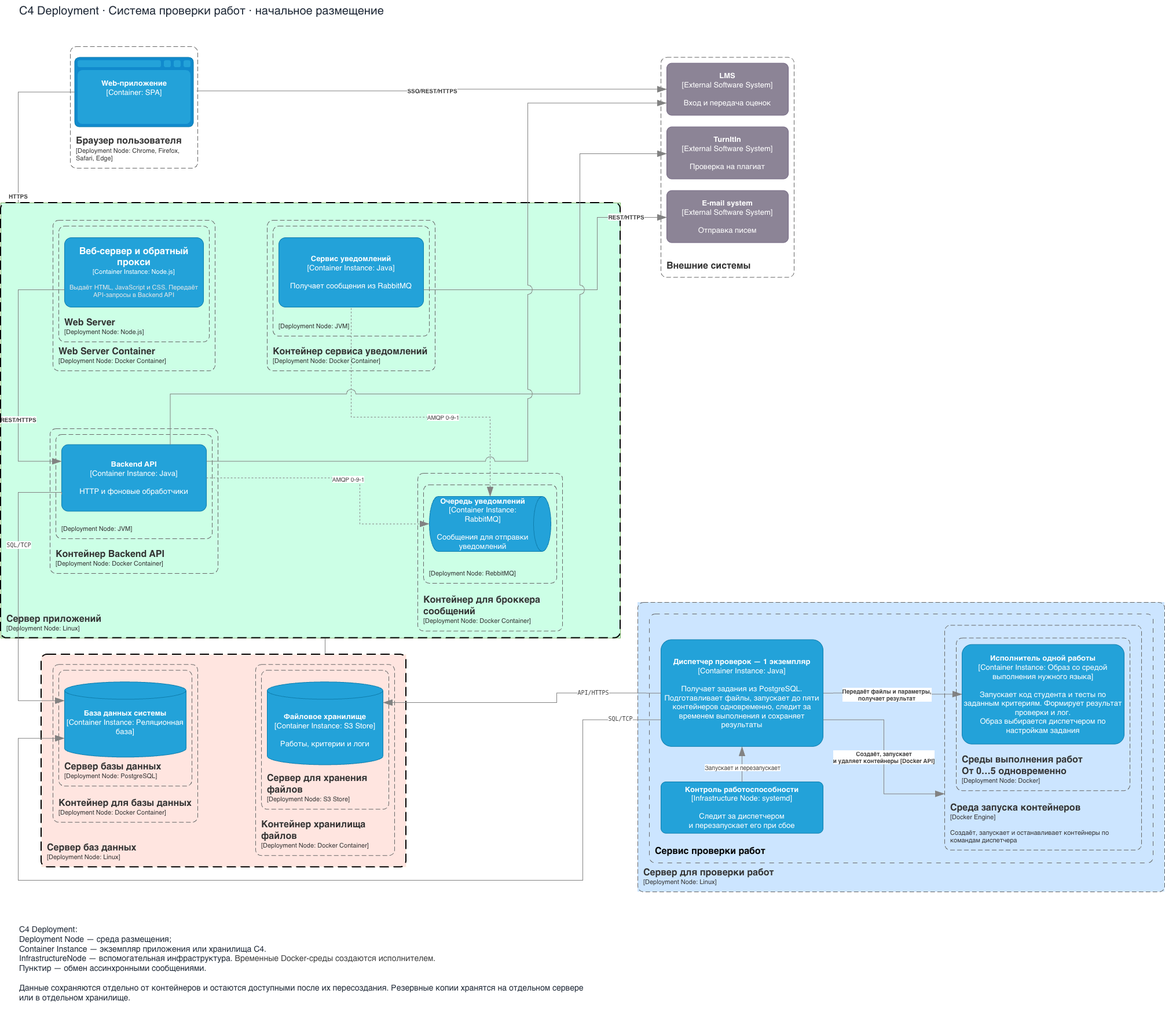
Earlier version of the draw.io export HW4/deployment.png (uHiderovich/otus-arch-po). Source tidied: cells renumbered, new cells last; positions are measured from the earlier drawing's top-left corner, leaving out a move shared by most shapes.
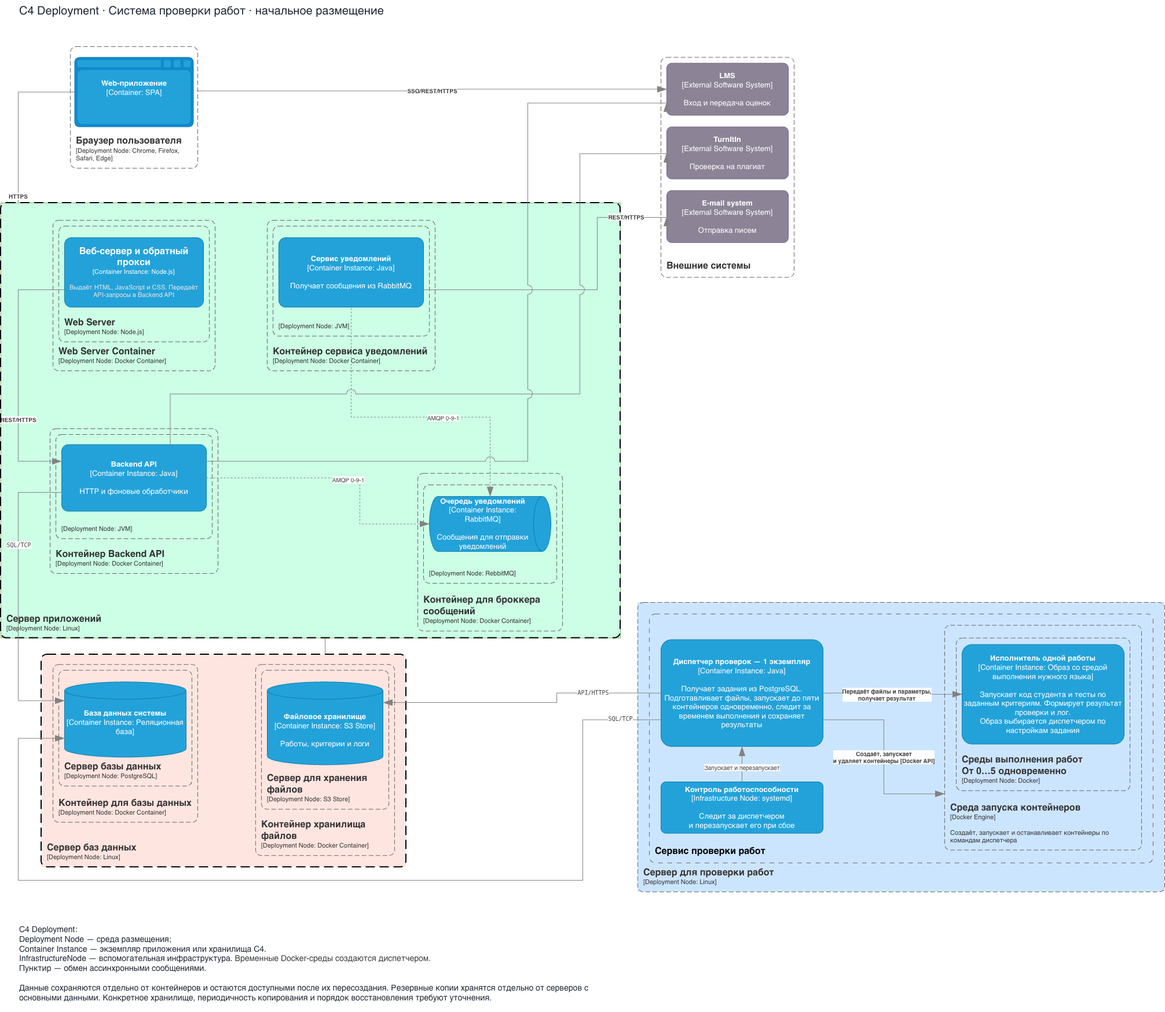
Later version of the same file.

What changed in the source:
```diff
@@ -2,7 +2,7 @@
   <root>
     <mxCell id="0" />
     <mxCell id="1" parent="0" />
-    <mxCell id="2" value="C4 Deployment: &lt;br&gt;Deployment Node — среда размещения;&amp;nbsp;&lt;div&gt;Container Instance — экземпляр приложения или хранилища C4.&lt;br&gt;InfrastructureNode — вспомогательная инфраструктура.&amp;nbsp;&lt;span style=&quot;color: rgb(63, 63, 63); background-color: transparent;&quot;&gt;Временные Docker-среды создаются исполнителем.&lt;/span&gt;&lt;/div&gt;&lt;div&gt;Пунктир — обмен ассинхронными сообщениями.&lt;br&gt;&lt;br&gt;&lt;/div&gt;&lt;div&gt;Данные сохраняются отдельно от контейнеров и остаются доступными после их пересоздания. Резервные копии хранятся на отдельном сервере или в отдельном хранилище.&lt;/div&gt;&lt;div&gt;&lt;br&gt;&lt;/div&gt;" style="text;strokeColor=none;fillColor=none;html=1;whiteSpace=wrap;fontSize=14;fontColor=#1F2937;" parent="1" vertex="1">
+    <mxCell id="2" value="C4 Deployment: &lt;br&gt;Deployment Node — среда размещения;&amp;nbsp;&lt;div&gt;Container Instance — экземпляр приложения или хранилища C4.&lt;br&gt;InfrastructureNode — вспомогательная инфраструктура.&amp;nbsp;&lt;span style=&quot;color: rgb(63, 63, 63); background-color: transparent;&quot;&gt;Временные Docker-среды создаются диспетчером.&lt;/span&gt;&lt;/div&gt;&lt;div&gt;Пунктир — обмен ассинхронными сообщениями.&lt;br&gt;&lt;br&gt;&lt;/div&gt;&lt;div&gt;Данные сохраняются отдельно от контейнеров и остаются доступными после их пересоздания. Резервные копии хранятся отдельно от серверов с основными данными. Конкретное хранилище, периодичность копирования и порядок восстановления требуют уточнения.&lt;/div&gt;&lt;div&gt;&lt;br&gt;&lt;/div&gt;" style="text;strokeColor=none;fillColor=none;html=1;whiteSpace=wrap;fontSize=14;fontColor=#1F2937;" parent="1" vertex="1">
       <mxGeometry x="30" y="1590" width="1000" height="150" as="geometry" />
     </mxCell>
     <mxCell id="3" style="group;" parent="1" vertex="1">
```
